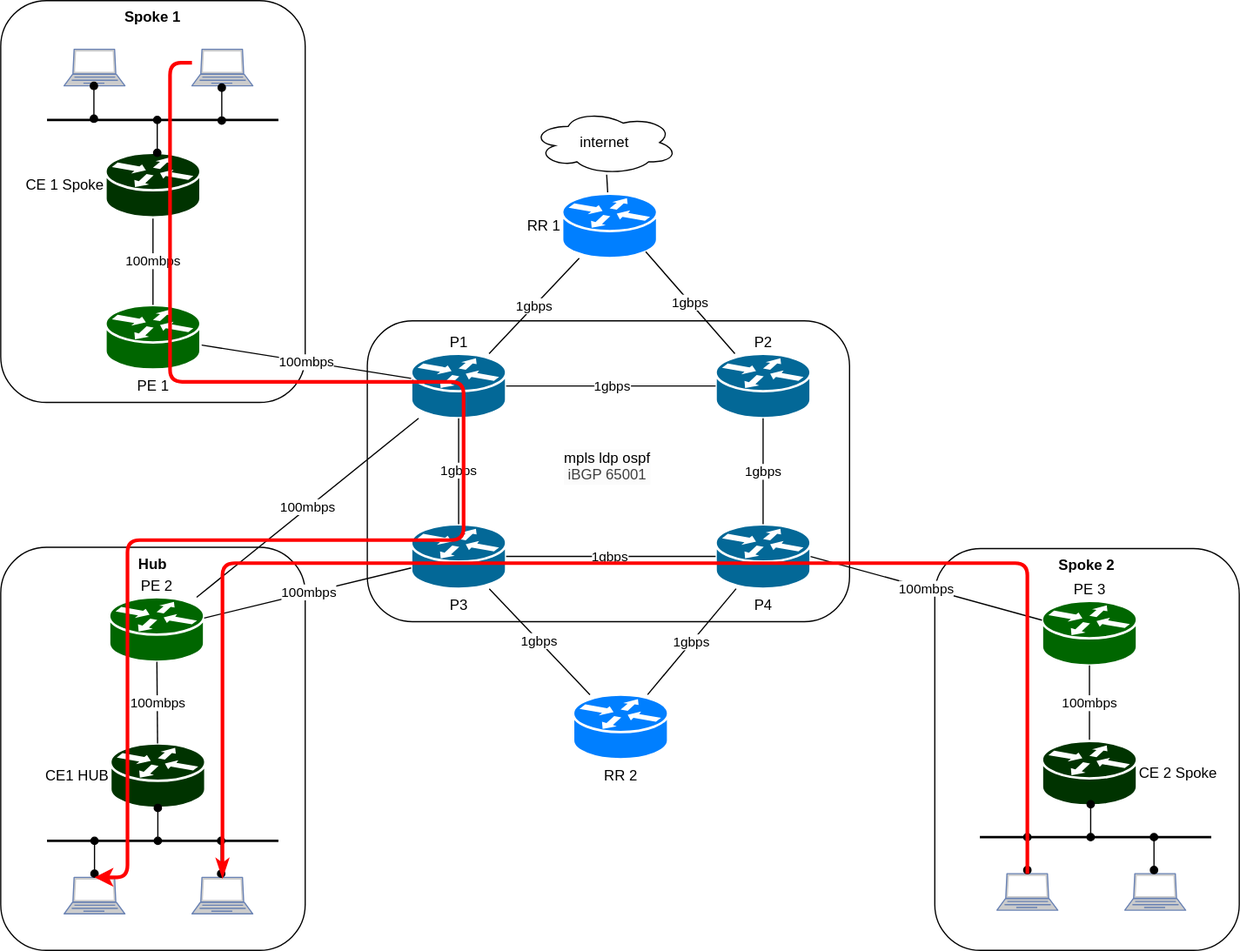
The draw.io diagram docs/drawings/transport/l3vpn-example-traffic.drawio.svg in matteote/gnnsandbox-twindq-bench, before a commit. Source tidied: cells renumbered, new cells last; positions are measured from the earlier drawing's top-left corner, leaving out a move shared by most shapes.
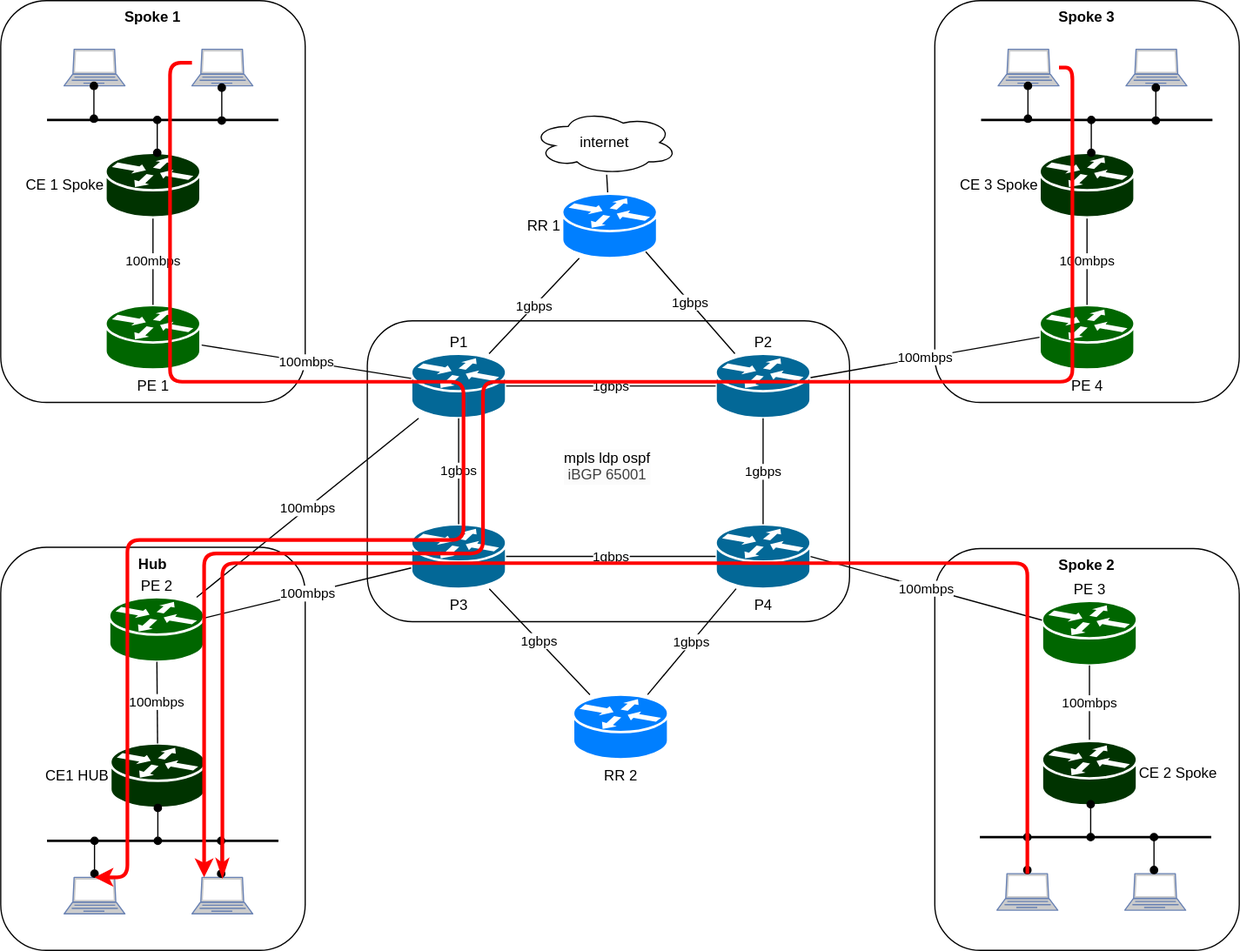
After the change.

Commit message:
added another spoke

The edit, as a diff of the source:
```diff
@@ -213,5 +213,61 @@
         </Array>
       </mxGeometry>
     </mxCell>
+    <mxCell id="56" value="Spoke 3" style="rounded=1;whiteSpace=wrap;html=1;verticalAlign=top;fontStyle=1;fillColor=none;" parent="1" vertex="1">
+      <mxGeometry x="767" width="250" height="330" as="geometry" />
+    </mxCell>
+    <mxCell id="57" value="PE 4" style="shape=mxgraph.cisco.routers.router;sketch=0;html=1;dashed=0;fillColor=#006600;strokeColor=#ffffff;strokeWidth=2;verticalLabelPosition=bottom;verticalAlign=top;align=center;outlineConnect=0;" parent="1" vertex="1">
+      <mxGeometry x="853" y="250" width="78" height="53" as="geometry" />
+    </mxCell>
+    <mxCell id="58" value="100mbps" style="edgeStyle=none;html=1;endArrow=none;endFill=0;" parent="1" edge="1" source="59" target="57">
+      <mxGeometry relative="1" as="geometry" />
+    </mxCell>
+    <mxCell id="59" value="CE 3 Spoke" style="shape=mxgraph.cisco.routers.router;sketch=0;html=1;dashed=0;fillColor=#003300;strokeColor=#ffffff;strokeWidth=2;verticalLabelPosition=middle;verticalAlign=middle;align=right;outlineConnect=0;labelPosition=left;" parent="1" vertex="1">
+      <mxGeometry x="853" y="125" width="78" height="53" as="geometry" />
+    </mxCell>
+    <mxCell id="60" style="fontColor=#0066CC;verticalAlign=top;verticalLabelPosition=bottom;labelPosition=center;align=center;html=1;outlineConnect=0;fillColor=#CCCCCC;strokeColor=#6881B3;gradientColor=none;gradientDirection=north;strokeWidth=2;shape=mxgraph.networks.laptop;" parent="1" vertex="1">
+      <mxGeometry x="819" y="40" width="50" height="30" as="geometry" />
+    </mxCell>
+    <mxCell id="61" style="fontColor=#0066CC;verticalAlign=top;verticalLabelPosition=bottom;labelPosition=center;align=center;html=1;fillColor=#CCCCCC;strokeColor=#6881B3;gradientColor=none;gradientDirection=north;strokeWidth=2;shape=mxgraph.networks.laptop;" parent="1" vertex="1">
+      <mxGeometry x="924" y="40" width="50" height="30" as="geometry" />
+    </mxCell>
+    <mxCell id="62" style="endArrow=none;html=1;exitX=0.64;exitY=0.736;exitDx=0;exitDy=0;exitPerimeter=0;strokeWidth=2;" parent="1" edge="1">
+      <mxGeometry relative="1" as="geometry">
+        <mxPoint x="805" y="98" as="sourcePoint" />
+        <mxPoint x="995" y="98" as="targetPoint" />
+      </mxGeometry>
+    </mxCell>
+    <mxCell id="63" style="endArrow=oval;html=1;entryX=0.5;entryY=1;entryDx=0;entryDy=0;entryPerimeter=0;endFill=1;startArrow=oval;startFill=1;" parent="1" edge="1">
+      <mxGeometry relative="1" as="geometry">
+        <mxPoint x="895.5" y="125" as="sourcePoint" />
+        <mxPoint x="895.5" y="98" as="targetPoint" />
+      </mxGeometry>
+    </mxCell>
+    <mxCell id="64" style="endArrow=oval;html=1;entryX=0.5;entryY=1;entryDx=0;entryDy=0;entryPerimeter=0;endFill=1;startArrow=oval;startFill=1;" parent="1" edge="1">
+      <mxGeometry relative="1" as="geometry">
+        <mxPoint x="843.5" y="97" as="sourcePoint" />
+        <mxPoint x="843.5" y="70" as="targetPoint" />
+      </mxGeometry>
+    </mxCell>
+    <mxCell id="65" style="endArrow=oval;html=1;entryX=0.5;entryY=1;entryDx=0;entryDy=0;entryPerimeter=0;endFill=1;startArrow=oval;startFill=1;" parent="1" edge="1">
+      <mxGeometry relative="1" as="geometry">
+        <mxPoint x="948.5" y="98.5" as="sourcePoint" />
+        <mxPoint x="948.5" y="71.5" as="targetPoint" />
+      </mxGeometry>
+    </mxCell>
+    <mxCell id="66" value="100mbps" style="edgeStyle=none;html=1;entryX=0;entryY=0.5;entryDx=0;entryDy=0;entryPerimeter=0;endArrow=none;endFill=0;" parent="1" edge="1" source="8" target="57">
+      <mxGeometry relative="1" as="geometry" />
+    </mxCell>
+    <mxCell id="67" style="endArrow=none;html=1;strokeColor=#FF0000;strokeWidth=3;edgeStyle=orthogonalEdgeStyle;endFill=0;startArrow=classic;startFill=1;" parent="1" edge="1" source="37" target="60">
+      <mxGeometry relative="1" as="geometry">
+        <Array as="points">
+          <mxPoint x="167" y="454" />
+          <mxPoint x="396" y="454" />
+          <mxPoint x="396" y="313" />
+          <mxPoint x="880" y="313" />
+          <mxPoint x="880" y="55" />
+        </Array>
+      </mxGeometry>
+    </mxCell>
   </root>
 </mxGraphModel>
```
